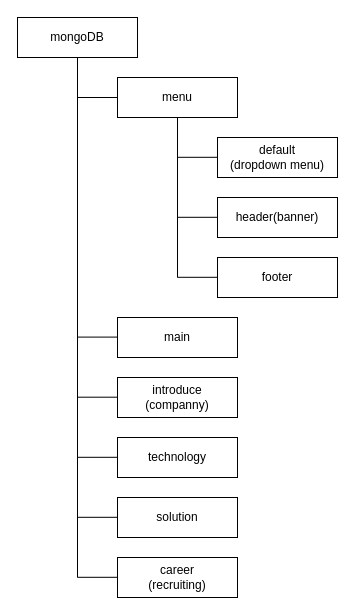
This is pointi-homepage/homepage-server-data-tree.drawio.xml from Agratos/everyday-study, a draw.io file, before an edit. Source tidied: cells renumbered, new cells numbered last; positions are measured from the earlier drawing's top-left corner, leaving out a move shared by most shapes. Both pictures are drawn from the tidied source at 100%, with x=0, y=0 at pixel (17, 17).
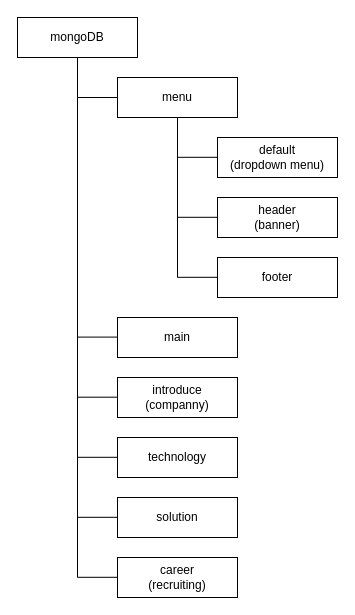
The same page after the edit.

Diff of the diagram source:
```diff
@@
-    <mxCell id="13" value="header(banner)" style="rounded=0;whiteSpace=wrap;html=1;" parent="1" vertex="1">
+    <mxCell id="13" value="header&lt;br&gt;(banner)" style="rounded=0;whiteSpace=wrap;html=1;" parent="1" vertex="1">
       <mxGeometry x="200" y="180" width="120" height="40" as="geometry" />
     </mxCell>
```
